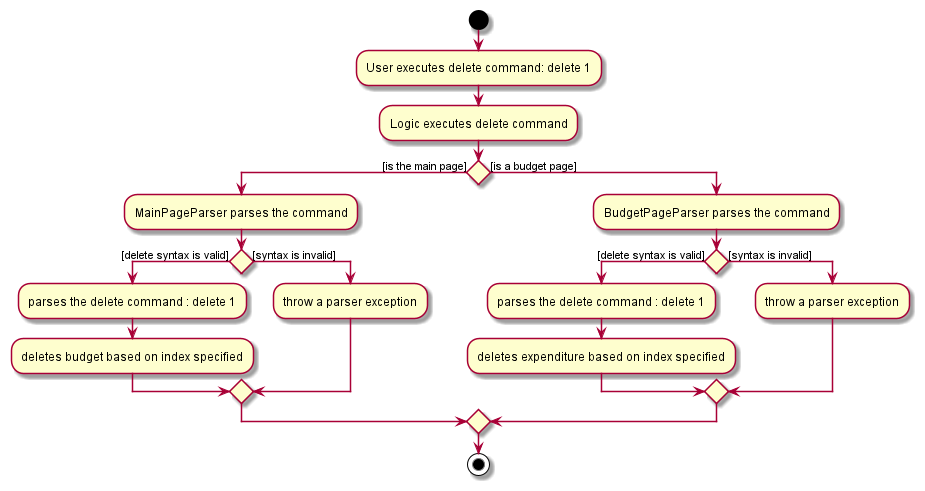
The PlantUML diagram docs/images/DeleteCommandActivityDiagram.png in yu-ming-chen/tp, before a commit. The source it was exported from:
```plantuml
@startuml
start
:User executes delete command: delete 1;
:Logic executes delete command;

if () then ([is the main page])
    :MainPageParser parses the command;

    if () then ([delete syntax is valid])
    :parses the delete command : delete 1;
    :deletes budget based on index specified;
    else ([syntax is invalid])
    :throw a parser exception;
    endif

else ([is a budget page])
    :BudgetPageParser parses the command;

    if () then ([delete syntax is valid])
    :parses the delete command : delete 1;
    :deletes expenditure based on index specified;
    else ([syntax is invalid])
    :throw a parser exception;
    endif

endif
stop

@enduml
```
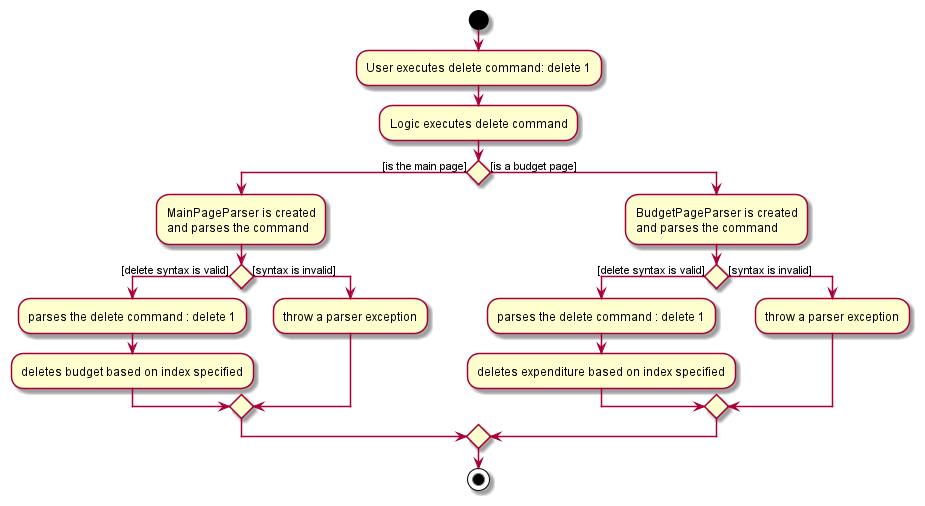
The same diagram one commit later.

Change to the diagram source:
```diff
@@ -4,7 +4,7 @@
 :Logic executes delete command;
 
 if () then ([is the main page])
-    :MainPageParser parses the command;
+    :MainPageParser is created\nand parses the command;
 
     if () then ([delete syntax is valid])
     :parses the delete command : delete 1;
@@ -14,7 +14,7 @@
     endif
 
 else ([is a budget page])
-    :BudgetPageParser parses the command;
+    :BudgetPageParser is created\nand parses the command;
 
     if () then ([delete syntax is valid])
     :parses the delete command : delete 1;
```
